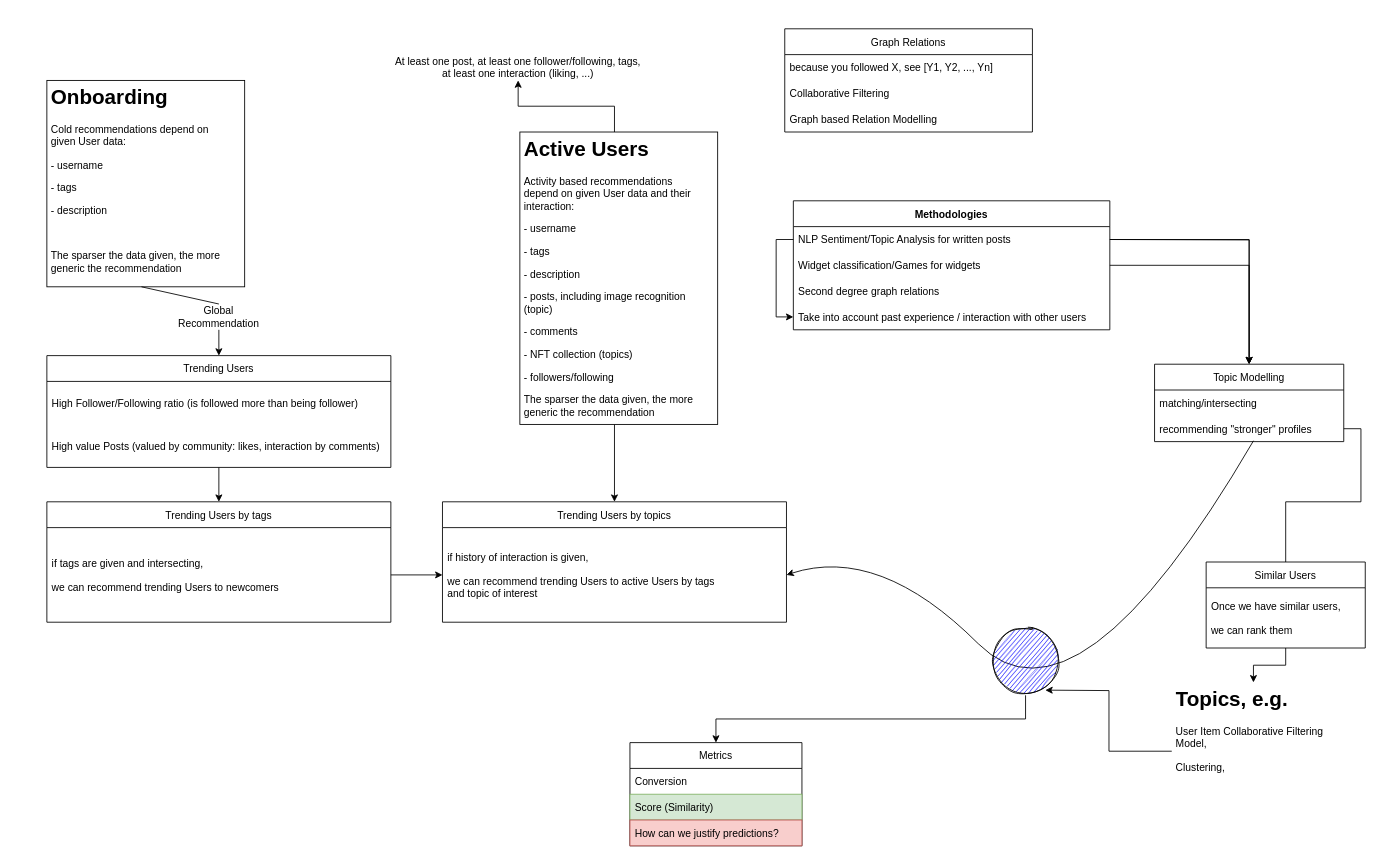
Earlier version of the draw.io diagram page "Presentation" (2 of 2) of NEAR-Recommender.drawio (scopalaffairs/near_recommender). Source tidied: cells renumbered, new cells numbered last; positions are measured from the earlier drawing's top-left corner, leaving out a move shared by most shapes. Both pictures are drawn from the tidied source at 86%, with x=0, y=0 at pixel (46, 28).
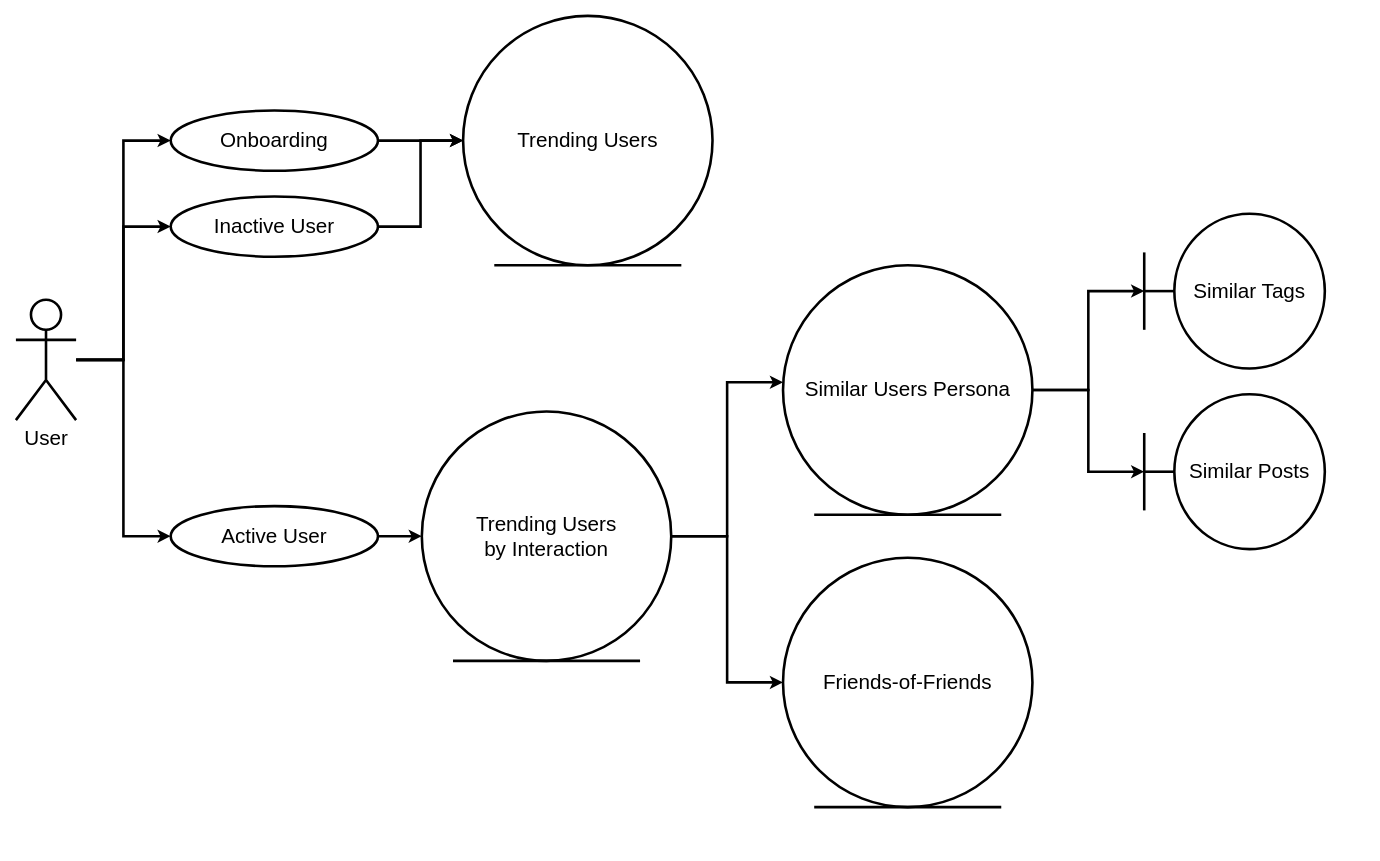
Above is the later version.

Diff of the diagram source:
```diff
@@
-    <mxCell id="2" style="edgeStyle=orthogonalEdgeStyle;rounded=0;jettySize=auto;html=1;fontSize=12;" parent="1" edge="1" source="3" target="7">
-      <mxGeometry relative="1" as="geometry" />
-    </mxCell>
+    <mxCell id="52" style="group;" parent="1" vertex="1">
+      <mxGeometry x="-36" y="-15" width="1522" height="920" as="geometry" />
+    </mxCell>
+    <mxCell id="53" value="&lt;font style=&quot;font-size: 24px;&quot;&gt;Onboarding&lt;/font&gt;" style="ellipse;whiteSpace=wrap;html=1;strokeWidth=3;" parent="52" vertex="1">
+      <mxGeometry x="180" y="110" width="241" height="70" as="geometry" />
+    </mxCell>
+    <mxCell id="54" value="&lt;font style=&quot;font-size: 24px;&quot;&gt;Active User&lt;/font&gt;" style="ellipse;whiteSpace=wrap;html=1;strokeWidth=3;" parent="52" vertex="1">
+      <mxGeometry x="180" y="570" width="241" height="70" as="geometry" />
+    </mxCell>
-    <mxCell id="3" value="Trending Users" style="swimlane;fontStyle=0;horizontal=1;startSize=30;fontSize=12;" parent="1" vertex="1">
-      <mxGeometry y="380" width="400" height="130" as="geometry" />
+    <mxCell id="3" value="&lt;font style=&quot;font-size: 24px;&quot;&gt;Trending Users&lt;br&gt;&lt;/font&gt;" style="ellipse;shape=umlEntity;whiteSpace=wrap;html=1;strokeWidth=3;" parent="52" vertex="1">
+      <mxGeometry x="520" width="290" height="290" as="geometry" />
     </mxCell>
-    <mxCell id="4" value="High Follower/Following ratio (is followed more than being follower)" style="text;strokeColor=none;fillColor=none;align=left;verticalAlign=middle;spacingLeft=4;spacingRight=4;overflow=hidden;fontSize=12;" parent="3" vertex="1">
-      <mxGeometry y="30" width="400" height="50" as="geometry" />
-    </mxCell>
-    <mxCell id="5" value="High value Posts (valued by community: likes, interaction by comments)" style="text;strokeColor=none;fillColor=none;align=left;verticalAlign=middle;spacingLeft=4;spacingRight=4;overflow=hidden;fontSize=12;" parent="3" vertex="1">
-      <mxGeometry y="80" width="400" height="50" as="geometry" />
-    </mxCell>
-    <mxCell id="6" style="endArrow=classic;html=1;rounded=0;fontSize=12;entryX=0.5;entryY=0;entryDx=0;entryDy=0;exitX=0.5;exitY=1;exitDx=0;exitDy=0;startArrow=none;" parent="1" edge="1" source="37" target="3">
-      <mxGeometry relative="1" as="geometry" />
-    </mxCell>
-    <mxCell id="7" value="Trending Users by tags" style="swimlane;fontStyle=0;horizontal=1;startSize=30;fontSize=12;" parent="1" vertex="1">
-      <mxGeometry y="550" width="400" height="140" as="geometry" />
-    </mxCell>
-    <mxCell id="8" value="if tags are given and intersecting, &#10;&#10;we can recommend trending Users to newcomers" style="text;strokeColor=none;fillColor=none;align=left;verticalAlign=middle;spacingLeft=4;spacingRight=4;overflow=hidden;points=[[0,0.5],[1,0.5]];portConstraint=eastwest;fontSize=12;" parent="7" vertex="1">
-      <mxGeometry y="30" width="400" height="110" as="geometry" />
-    </mxCell>
-    <mxCell id="9" value="Trending Users by topics" style="swimlane;fontStyle=0;horizontal=1;startSize=30;fontSize=12;" parent="1" vertex="1">
-      <mxGeometry x="460" y="550" width="400" height="140" as="geometry" />
-    </mxCell>
-    <mxCell id="10" value="if history of interaction is given, &#10;&#10;we can recommend trending Users to active Users by tags&#10;and topic of interest" style="text;strokeColor=none;fillColor=none;align=left;verticalAlign=middle;spacingLeft=4;spacingRight=4;overflow=hidden;points=[[0,0.5],[1,0.5]];portConstraint=eastwest;fontSize=12;" parent="9" vertex="1">
-      <mxGeometry y="30" width="400" height="110" as="geometry" />
-    </mxCell>
-    <mxCell id="11" style="edgeStyle=orthogonalEdgeStyle;rounded=0;jettySize=auto;html=1;fontSize=12;" parent="1" edge="1" source="8" target="10">
-      <mxGeometry relative="1" as="geometry" />
-    </mxCell>
-    <mxCell id="12" style="edgeStyle=orthogonalEdgeStyle;rounded=0;jettySize=auto;html=1;fontSize=12;" parent="1" edge="1" source="33" target="9">
-      <mxGeometry relative="1" as="geometry" />
-    </mxCell>
-    <mxCell id="13" value="Methodologies" style="swimlane;fontStyle=1;horizontal=1;startSize=30;fontSize=12;" parent="1" vertex="1">
-      <mxGeometry x="868" y="200" width="368" height="150" as="geometry" />
-    </mxCell>
-    <mxCell id="14" style="edgeStyle=orthogonalEdgeStyle;rounded=0;jettySize=auto;html=1;entryX=0;entryY=0.5;entryDx=0;entryDy=0;fontSize=12;" parent="13" edge="1" source="15" target="18">
-      <mxGeometry relative="1" as="geometry" />
-    </mxCell>
-    <mxCell id="15" value="NLP Sentiment/Topic Analysis for written posts" style="text;strokeColor=none;fillColor=none;align=left;verticalAlign=middle;spacingLeft=4;spacingRight=4;overflow=hidden;points=[[0,0.5],[1,0.5]];portConstraint=eastwest;fontSize=12;" parent="13" vertex="1">
-      <mxGeometry y="30" width="368" height="30" as="geometry" />
-    </mxCell>
-    <mxCell id="16" value="Widget classification/Games for widgets" style="text;strokeColor=none;fillColor=none;align=left;verticalAlign=middle;spacingLeft=4;spacingRight=4;overflow=hidden;points=[[0,0.5],[1,0.5]];portConstraint=eastwest;fontSize=12;" parent="13" vertex="1">
-      <mxGeometry y="60" width="368" height="30" as="geometry" />
-    </mxCell>
-    <mxCell id="17" value="Second degree graph relations" style="text;strokeColor=none;fillColor=none;align=left;verticalAlign=middle;spacingLeft=4;spacingRight=4;overflow=hidden;fontSize=12;" parent="13" vertex="1">
-      <mxGeometry y="90" width="368" height="30" as="geometry" />
-    </mxCell>
-    <mxCell id="18" value="Take into account past experience / interaction with other users" style="text;strokeColor=none;fillColor=none;align=left;verticalAlign=middle;spacingLeft=4;spacingRight=4;overflow=hidden;points=[[0,0.5],[1,0.5]];portConstraint=eastwest;fontSize=12;" parent="13" vertex="1">
-      <mxGeometry y="120" width="368" height="30" as="geometry" />
-    </mxCell>
-    <mxCell id="19" value="Topic Modelling" style="swimlane;fontStyle=0;horizontal=1;startSize=30;fontSize=12;" parent="1" vertex="1">
-      <mxGeometry x="1288" y="390" width="220" height="90" as="geometry" />
-    </mxCell>
-    <mxCell id="20" value="matching/intersecting" style="text;strokeColor=none;fillColor=none;align=left;verticalAlign=middle;spacingLeft=4;spacingRight=4;overflow=hidden;fontSize=12;" parent="19" vertex="1">
-      <mxGeometry y="30" width="220" height="30" as="geometry" />
-    </mxCell>
-    <mxCell id="21" value="recommending &quot;stronger&quot; profiles" style="text;strokeColor=none;fillColor=none;align=left;verticalAlign=middle;spacingLeft=4;spacingRight=4;overflow=hidden;points=[[0,0.5],[1,0.5]];portConstraint=eastwest;fontSize=12;" parent="19" vertex="1">
-      <mxGeometry y="60" width="220" height="30" as="geometry" />
-    </mxCell>
-    <mxCell id="22" style="edgeStyle=orthogonalEdgeStyle;rounded=0;jettySize=auto;html=1;fontSize=12;" parent="1" edge="1" target="19">
-      <mxGeometry relative="1" as="geometry">
-        <mxPoint x="1236" y="245" as="sourcePoint" />
-      </mxGeometry>
-    </mxCell>
-    <mxCell id="23" style="edgeStyle=orthogonalEdgeStyle;rounded=0;jettySize=auto;html=1;entryX=0.5;entryY=0;entryDx=0;entryDy=0;fontSize=12;" parent="1" edge="1" source="15" target="19">
-      <mxGeometry relative="1" as="geometry" />
-    </mxCell>
-    <mxCell id="24" style="edgeStyle=orthogonalEdgeStyle;rounded=0;jettySize=auto;html=1;entryX=0.5;entryY=0;entryDx=0;entryDy=0;fontSize=12;" parent="1" edge="1" source="16" target="19">
-      <mxGeometry relative="1" as="geometry" />
-    </mxCell>
-    <mxCell id="25" style="curved=1;endArrow=classic;html=1;rounded=0;fontSize=12;exitX=0.523;exitY=0.967;exitDx=0;exitDy=0;exitPerimeter=0;entryX=1;entryY=0.5;entryDx=0;entryDy=0;" parent="1" edge="1" source="21" target="10">
-      <mxGeometry relative="1" as="geometry">
-        <Array as="points">
-          <mxPoint x="1198" y="830" />
-          <mxPoint x="968" y="600" />
-        </Array>
-      </mxGeometry>
-    </mxCell>
-    <mxCell id="26" style="ellipse;whiteSpace=wrap;html=1;sketch=1;fontSize=12;fillColor=#0000FF;" parent="1" vertex="1">
-      <mxGeometry x="1098" y="695" width="80" height="80" as="geometry" />
-    </mxCell>
-    <mxCell id="27" value="Graph Relations" style="swimlane;fontStyle=0;horizontal=1;startSize=30;shadow=0;glass=0;sketch=0;fontSize=12;fillColor=none;" parent="1" vertex="1">
-      <mxGeometry x="858" width="288" height="120" as="geometry" />
-    </mxCell>
-    <mxCell id="28" value="because you followed X, see [Y1, Y2, ..., Yn]" style="text;strokeColor=none;fillColor=none;align=left;verticalAlign=middle;spacingLeft=4;spacingRight=4;overflow=hidden;shadow=0;glass=0;sketch=0;fontSize=12;" parent="27" vertex="1">
-      <mxGeometry y="30" width="288" height="30" as="geometry" />
-    </mxCell>
-    <mxCell id="29" value="Collaborative Filtering" style="text;strokeColor=none;fillColor=none;align=left;verticalAlign=middle;spacingLeft=4;spacingRight=4;overflow=hidden;shadow=0;glass=0;sketch=0;fontSize=12;" parent="27" vertex="1">
-      <mxGeometry y="60" width="288" height="30" as="geometry" />
-    </mxCell>
-    <mxCell id="30" value="Graph based Relation Modelling" style="text;strokeColor=none;fillColor=none;align=left;verticalAlign=middle;spacingLeft=4;spacingRight=4;overflow=hidden;shadow=0;glass=0;sketch=0;fontSize=12;" parent="27" vertex="1">
-      <mxGeometry y="90" width="288" height="30" as="geometry" />
-    </mxCell>
-    <mxCell id="31" style="group;" parent="1" vertex="1">
-      <mxGeometry x="550" y="120" width="230" height="340" as="geometry" />
-    </mxCell>
-    <mxCell id="32" style="rounded=0;whiteSpace=wrap;html=1;fontSize=12;" parent="31" vertex="1">
-      <mxGeometry width="230" height="340" as="geometry" />
-    </mxCell>
-    <mxCell id="33" value="&lt;h1&gt;Active Users&lt;br&gt;&lt;/h1&gt;&lt;p&gt;Activity based recommendations depend on given User data and their interaction:&lt;/p&gt;&lt;p&gt;- username &lt;br&gt;&lt;/p&gt;&lt;p&gt;- tags&lt;/p&gt;&lt;p&gt;- description&lt;/p&gt;&lt;p&gt;- posts, including image recognition (topic)&lt;br&gt;&lt;/p&gt;&lt;p&gt;- comments&lt;/p&gt;&lt;p&gt;- NFT collection (topics)&lt;/p&gt;&lt;p&gt;- followers/following&lt;br&gt;&lt;/p&gt;The sparser the data given, the more generic the recommendation" style="text;html=1;strokeColor=none;fillColor=none;spacing=5;spacingTop=-20;whiteSpace=wrap;overflow=hidden;rounded=0;fontSize=12;" parent="31" vertex="1">
-      <mxGeometry width="220" height="340" as="geometry" />
-    </mxCell>
-    <mxCell id="34" style="group;" parent="1" vertex="1">
-      <mxGeometry y="60" width="230" height="240" as="geometry" />
-    </mxCell>
-    <mxCell id="35" style="rounded=0;whiteSpace=wrap;html=1;fontSize=12;" parent="34" vertex="1">
-      <mxGeometry width="230" height="240" as="geometry" />
-    </mxCell>
-    <mxCell id="36" value="&lt;h1&gt;Onboarding&lt;/h1&gt;&lt;p&gt;Cold recommendations depend on given User data:&lt;/p&gt;&lt;p&gt;- username &lt;br&gt;&lt;/p&gt;&lt;p&gt;- tags&lt;/p&gt;&lt;p&gt;- description&lt;/p&gt;&lt;p&gt;&lt;br&gt;&lt;/p&gt;The sparser the data given, the more generic the recommendation" style="text;html=1;strokeColor=none;fillColor=none;spacing=5;spacingTop=-20;whiteSpace=wrap;overflow=hidden;rounded=0;fontSize=12;" parent="34" vertex="1">
-      <mxGeometry width="220" height="240" as="geometry" />
-    </mxCell>
-    <mxCell id="37" value="Global Recommendation" style="text;html=1;strokeColor=none;fillColor=none;align=center;verticalAlign=middle;whiteSpace=wrap;rounded=0;shadow=0;glass=0;sketch=0;fontSize=12;" parent="1" vertex="1">
-      <mxGeometry x="170" y="320" width="60" height="30" as="geometry" />
-    </mxCell>
-    <mxCell id="38" style="endArrow=none;html=1;rounded=0;fontSize=12;entryX=0.5;entryY=0;entryDx=0;entryDy=0;exitX=0.5;exitY=1;exitDx=0;exitDy=0;" parent="1" edge="1" source="36" target="37">
-      <mxGeometry relative="1" as="geometry" />
-    </mxCell>
-    <mxCell id="39" style="edgeStyle=orthogonalEdgeStyle;rounded=0;jettySize=auto;html=1;fontSize=12;entryX=0.959;entryY=0.7;entryDx=0;entryDy=0;entryPerimeter=0;" parent="1" edge="1" source="40">
-      <mxGeometry relative="1" as="geometry">
-        <mxPoint x="1161" y="769" as="targetPoint" />
-      </mxGeometry>
-    </mxCell>
-    <mxCell id="40" value="&lt;h1&gt;Topics, e.g.&lt;br&gt;&lt;/h1&gt;&lt;p&gt;User Item Collaborative Filtering Model, &lt;br&gt;&lt;/p&gt;&lt;p&gt;Clustering,&lt;br&gt;&lt;/p&gt;" style="text;html=1;strokeColor=none;fillColor=none;spacing=5;spacingTop=-20;whiteSpace=wrap;overflow=hidden;rounded=0;shadow=0;glass=0;sketch=0;fontSize=12;" parent="1" vertex="1">
-      <mxGeometry x="1308" y="760" width="190" height="160" as="geometry" />
-    </mxCell>
-    <mxCell id="41" style="edgeStyle=orthogonalEdgeStyle;rounded=0;jettySize=auto;html=1;entryX=0.5;entryY=0;entryDx=0;entryDy=0;fontSize=12;" parent="1" edge="1" source="42" target="40">
-      <mxGeometry relative="1" as="geometry" />
-    </mxCell>
-    <mxCell id="42" value="Similar Users" style="swimlane;fontStyle=0;horizontal=1;startSize=30;shadow=0;glass=0;sketch=0;fontSize=12;fillColor=none;" parent="1" vertex="1">
-      <mxGeometry x="1348" y="620" width="185" height="100" as="geometry" />
-    </mxCell>
-    <mxCell id="43" value="Once we have similar users, &#10;&#10;we can rank them" style="text;strokeColor=none;fillColor=none;align=left;verticalAlign=middle;spacingLeft=4;spacingRight=4;overflow=hidden;shadow=0;glass=0;sketch=0;fontSize=12;" parent="42" vertex="1">
-      <mxGeometry y="30" width="185" height="70" as="geometry" />
-    </mxCell>
-    <mxCell id="44" style="edgeStyle=orthogonalEdgeStyle;rounded=0;jettySize=auto;html=1;fontSize=12;endArrow=none;" parent="1" edge="1" source="21" target="42">
-      <mxGeometry relative="1" as="geometry" />
-    </mxCell>
-    <mxCell id="45" style="edgeStyle=orthogonalEdgeStyle;rounded=0;jettySize=auto;html=1;fontSize=12;entryX=0.5;entryY=1;entryDx=0;entryDy=0;" parent="1" edge="1" source="33" target="46">
-      <mxGeometry relative="1" as="geometry" />
-    </mxCell>
-    <mxCell id="46" value="&lt;div&gt;At least one post, at least one follower/following, tags,&lt;/div&gt;&lt;div&gt;at least one interaction (liking, ...)&lt;br&gt;&lt;/div&gt;" style="text;html=1;strokeColor=none;fillColor=none;align=center;verticalAlign=middle;whiteSpace=wrap;rounded=0;shadow=0;glass=0;sketch=0;fontSize=12;" parent="1" vertex="1">
-      <mxGeometry x="397" y="30" width="302" height="30" as="geometry" />
-    </mxCell>
-    <mxCell id="47" value="Metrics" style="swimlane;fontStyle=0;horizontal=1;startSize=30;fontSize=12;" parent="1" vertex="1">
-      <mxGeometry x="678" y="830" width="200" height="120" as="geometry" />
-    </mxCell>
-    <mxCell id="48" value="Conversion" style="text;strokeColor=none;fillColor=none;align=left;verticalAlign=middle;spacingLeft=4;spacingRight=4;overflow=hidden;fontSize=12;" parent="47" vertex="1">
-      <mxGeometry y="30" width="200" height="30" as="geometry" />
-    </mxCell>
-    <mxCell id="49" value="Score (Similarity)" style="text;strokeColor=#82b366;fillColor=#d5e8d4;align=left;verticalAlign=middle;spacingLeft=4;spacingRight=4;overflow=hidden;fontSize=12;" parent="47" vertex="1">
-      <mxGeometry y="60" width="200" height="30" as="geometry" />
-    </mxCell>
-    <mxCell id="50" value="How can we justify predictions?" style="text;strokeColor=#b85450;fillColor=#f8cecc;align=left;verticalAlign=middle;spacingLeft=4;spacingRight=4;overflow=hidden;fontSize=12;" parent="47" vertex="1">
-      <mxGeometry y="90" width="200" height="30" as="geometry" />
-    </mxCell>
-    <mxCell id="51" style="edgeStyle=orthogonalEdgeStyle;rounded=0;jettySize=auto;html=1;exitX=0.5;exitY=1;exitDx=0;exitDy=0;fontSize=12;" parent="1" edge="1" source="26" target="47">
-      <mxGeometry relative="1" as="geometry" />
-    </mxCell>
+    <mxCell id="55" style="edgeStyle=orthogonalEdgeStyle;rounded=0;jettySize=auto;html=1;strokeWidth=3;" parent="52" edge="1" source="53" target="3">
+      <mxGeometry relative="1" as="geometry" />
+    </mxCell>
+    <mxCell id="56" value="&lt;div&gt;&lt;font style=&quot;font-size: 24px;&quot;&gt;Trending Users&lt;br&gt;&lt;/font&gt;&lt;/div&gt;&lt;div&gt;&lt;font style=&quot;font-size: 24px;&quot;&gt;by Interaction&lt;br&gt;&lt;/font&gt;&lt;/div&gt;" style="ellipse;shape=umlEntity;whiteSpace=wrap;html=1;strokeWidth=3;" parent="52" vertex="1">
+      <mxGeometry x="472" y="460" width="290" height="290" as="geometry" />
+    </mxCell>
+    <mxCell id="57" style="edgeStyle=orthogonalEdgeStyle;rounded=0;jettySize=auto;html=1;entryX=0;entryY=0.5;entryDx=0;entryDy=0;strokeWidth=3;" parent="52" edge="1" source="54" target="56">
+      <mxGeometry relative="1" as="geometry" />
+    </mxCell>
+    <mxCell id="58" value="&lt;font style=&quot;font-size: 24px;&quot;&gt;Friends-of-Friends&lt;/font&gt;" style="ellipse;shape=umlEntity;whiteSpace=wrap;html=1;strokeWidth=3;" parent="52" vertex="1">
+      <mxGeometry x="892" y="630" width="290" height="290" as="geometry" />
+    </mxCell>
+    <mxCell id="59" style="edgeStyle=orthogonalEdgeStyle;rounded=0;jettySize=auto;html=1;entryX=0;entryY=0.5;entryDx=0;entryDy=0;strokeWidth=3;" parent="52" edge="1" source="56" target="58">
+      <mxGeometry relative="1" as="geometry" />
+    </mxCell>
+    <mxCell id="60" value="&lt;font style=&quot;font-size: 24px;&quot;&gt;Similar Users Persona&lt;br&gt;&lt;/font&gt;" style="ellipse;shape=umlEntity;whiteSpace=wrap;html=1;strokeWidth=3;" parent="52" vertex="1">
+      <mxGeometry x="892" y="290" width="290" height="290" as="geometry" />
+    </mxCell>
+    <mxCell id="61" style="edgeStyle=orthogonalEdgeStyle;rounded=0;jettySize=auto;html=1;entryX=0;entryY=0.469;entryDx=0;entryDy=0;entryPerimeter=0;strokeWidth=3;" parent="52" edge="1" source="56" target="60">
+      <mxGeometry relative="1" as="geometry" />
+    </mxCell>
+    <mxCell id="62" style="edgeStyle=orthogonalEdgeStyle;rounded=0;jettySize=auto;html=1;entryX=0;entryY=0.5;entryDx=0;entryDy=0;strokeWidth=3;" parent="52" edge="1" source="64" target="53">
+      <mxGeometry relative="1" as="geometry" />
+    </mxCell>
+    <mxCell id="63" style="edgeStyle=orthogonalEdgeStyle;rounded=0;jettySize=auto;html=1;entryX=0;entryY=0.5;entryDx=0;entryDy=0;strokeWidth=3;" parent="52" edge="1" source="64" target="54">
+      <mxGeometry relative="1" as="geometry" />
+    </mxCell>
+    <mxCell id="64" value="&lt;font style=&quot;font-size: 24px;&quot;&gt;User&lt;/font&gt;" style="shape=umlActor;verticalLabelPosition=bottom;verticalAlign=top;html=1;strokeWidth=3;" parent="52" vertex="1">
+      <mxGeometry y="330" width="70" height="140" as="geometry" />
+    </mxCell>
+    <mxCell id="65" value="&lt;font style=&quot;font-size: 24px;&quot;&gt;Similar Tags&lt;/font&gt;" style="shape=umlBoundary;whiteSpace=wrap;html=1;strokeWidth=3;" parent="52" vertex="1">
+      <mxGeometry x="1312" y="230" width="210" height="180" as="geometry" />
+    </mxCell>
+    <mxCell id="66" style="edgeStyle=orthogonalEdgeStyle;rounded=0;jettySize=auto;html=1;strokeWidth=3;" parent="52" edge="1" source="60" target="65">
+      <mxGeometry relative="1" as="geometry" />
+    </mxCell>
+    <mxCell id="67" value="&lt;font style=&quot;font-size: 24px;&quot;&gt;Similar Posts&lt;/font&gt;" style="shape=umlBoundary;whiteSpace=wrap;html=1;strokeWidth=3;" parent="52" vertex="1">
+      <mxGeometry x="1312" y="440" width="210" height="180" as="geometry" />
+    </mxCell>
+    <mxCell id="68" style="edgeStyle=orthogonalEdgeStyle;rounded=0;jettySize=auto;html=1;strokeWidth=3;" parent="52" edge="1" source="60" target="67">
+      <mxGeometry relative="1" as="geometry" />
+    </mxCell>
+    <mxCell id="69" style="edgeStyle=orthogonalEdgeStyle;rounded=0;jettySize=auto;html=1;entryX=0;entryY=0.5;entryDx=0;entryDy=0;strokeWidth=3;" parent="52" edge="1" source="70" target="3">
+      <mxGeometry relative="1" as="geometry" />
+    </mxCell>
+    <mxCell id="70" value="&lt;font style=&quot;font-size: 24px;&quot;&gt;Inactive User&lt;/font&gt;" style="ellipse;whiteSpace=wrap;html=1;strokeWidth=3;" parent="52" vertex="1">
+      <mxGeometry x="180" y="210" width="241" height="70" as="geometry" />
+    </mxCell>
+    <mxCell id="71" style="edgeStyle=orthogonalEdgeStyle;rounded=0;jettySize=auto;html=1;entryX=0;entryY=0.5;entryDx=0;entryDy=0;strokeWidth=3;" parent="52" edge="1" source="64" target="70">
+      <mxGeometry relative="1" as="geometry" />
+    </mxCell>
```
